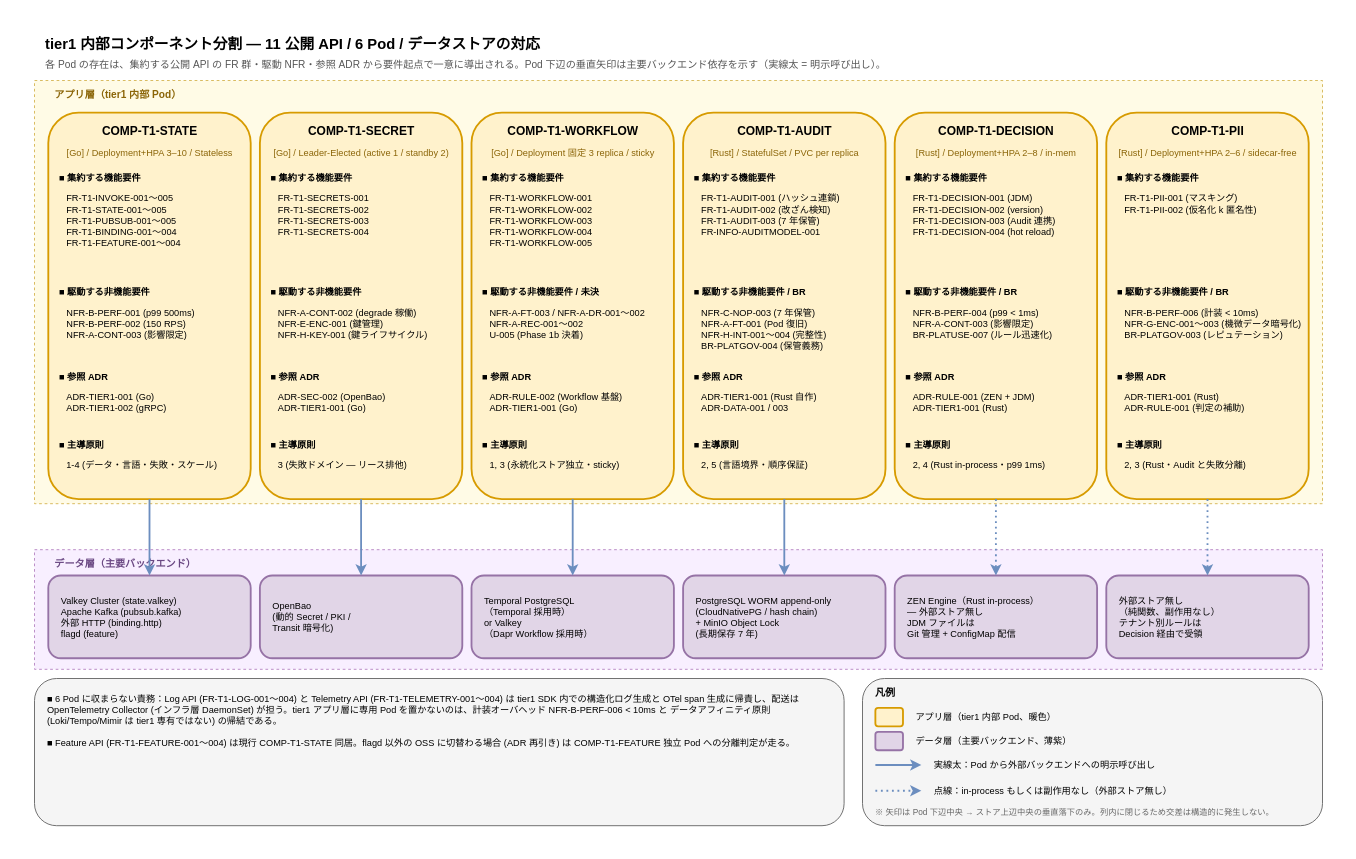
Above: docs/02_構想設計/02_tier1設計/img/内部コンポーネント分割.drawio in RyuheiKiso/k1s0 (draw.io), before the change. Source tidied: cells renumbered, new cells numbered last; positions are measured from the earlier drawing's top-left corner, leaving out a move shared by most shapes. Both pictures are drawn from the tidied source at 92%, with x=0, y=0 at pixel (16, 16).
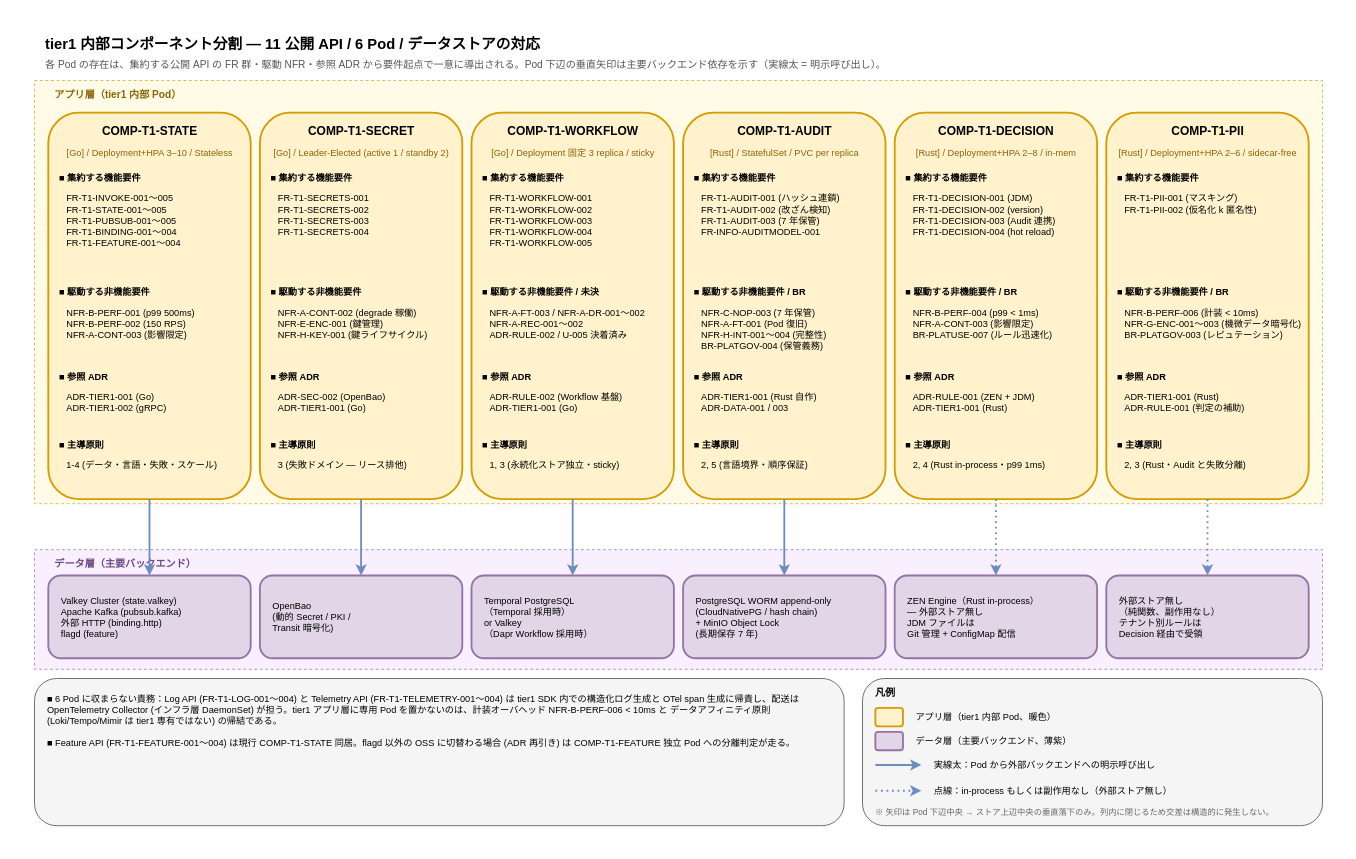
The same diagram, later.

Diff of the diagram source:
```diff
@@
-    <mxCell id="37" value="NFR-A-FT-003 / NFR-A-DR-001〜002&#10;NFR-A-REC-001〜002&#10;U-005 (Phase 1b 決着)" style="text;html=1;align=left;verticalAlign=top;fontSize=10;spacingLeft=18;whiteSpace=wrap;" parent="1" vertex="1">
+    <mxCell id="37" value="NFR-A-FT-003 / NFR-A-DR-001〜002&#10;NFR-A-REC-001〜002&#10;ADR-RULE-002 / U-005 決着済み" style="text;html=1;align=left;verticalAlign=top;fontSize=10;spacingLeft=18;whiteSpace=wrap;" parent="1" vertex="1">
       <mxGeometry x="495" y="310" width="220" height="70" as="geometry" />
     </mxCell>
```
